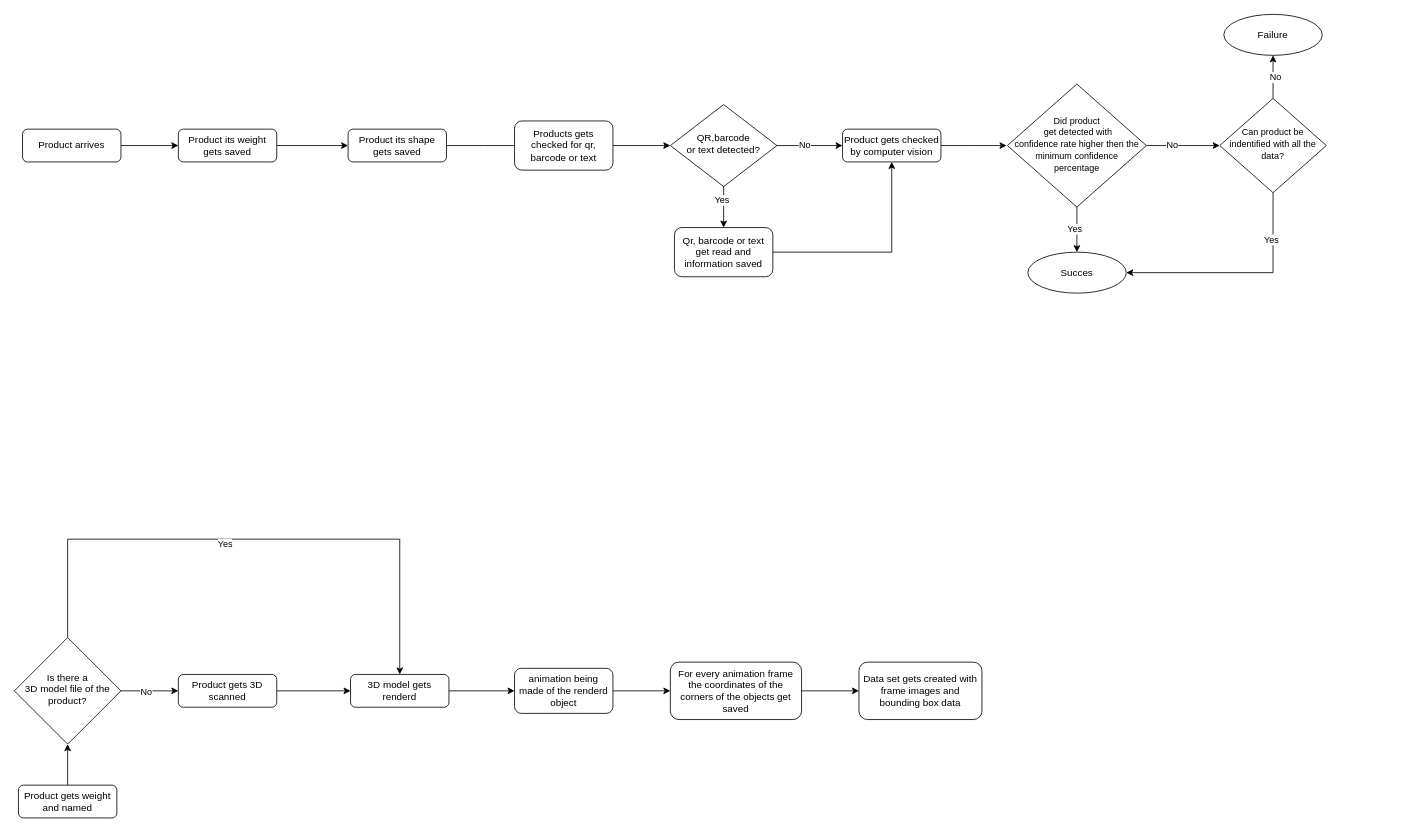
Before: Designs/Flowchart dissambly.drawio in timfontys/Graduation-Intership, a draw.io diagram. Source tidied: cells renumbered, new cells numbered last; positions are measured from the earlier drawing's top-left corner, leaving out a move shared by most shapes. Both pictures are drawn from the tidied source at 82%, with x=0, y=0 at pixel (14, 14).
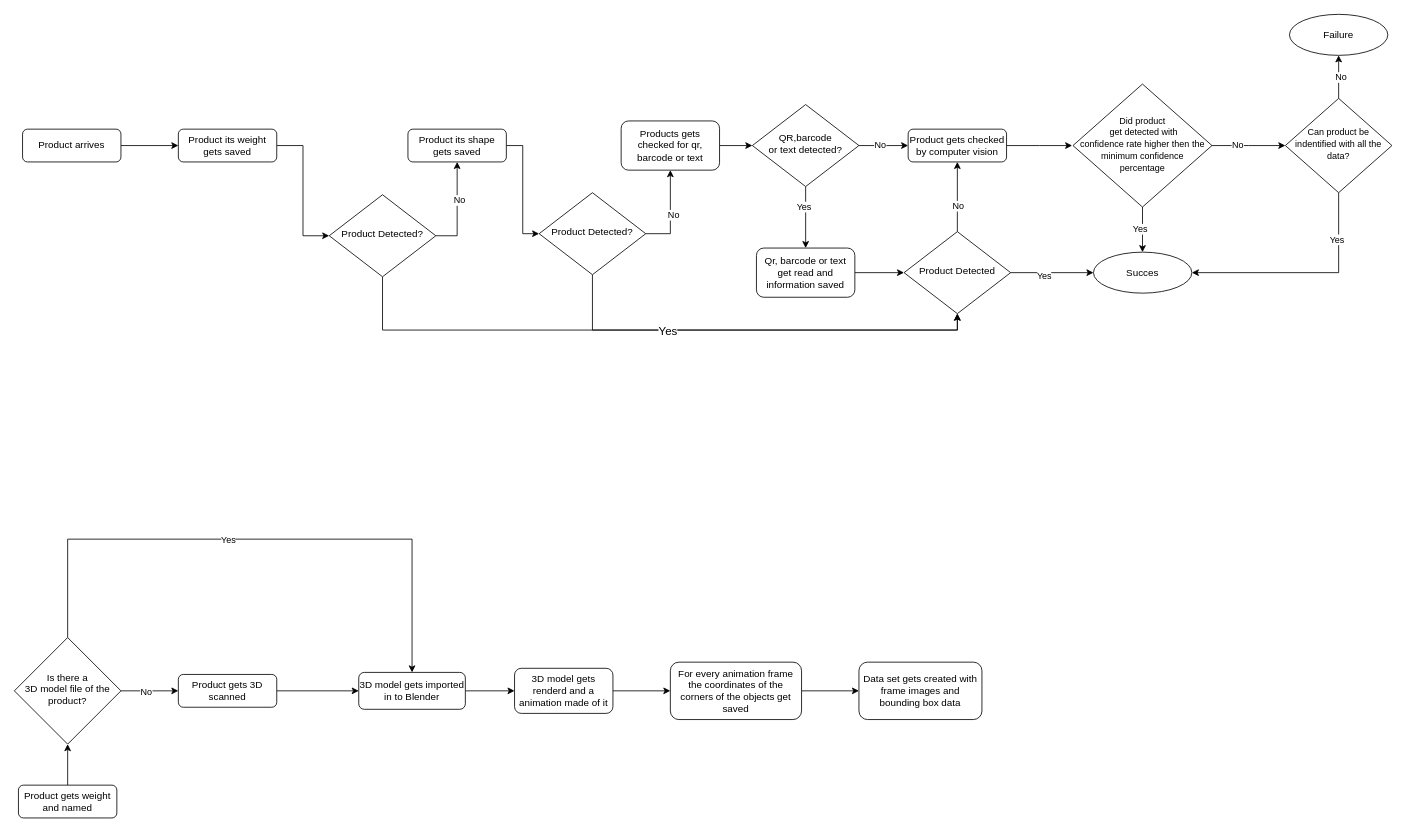
The same page after the edit.

The change refers to these unchanged cells:
```xml
<mxCell id="5" value="Product its weight gets saved" style="rounded=1;whiteSpace=wrap;html=1;fontSize=12;glass=0;strokeWidth=1;shadow=0;" parent="1" vertex="1">
  <mxGeometry x="200" y="140" width="120" height="40" as="geometry" />
</mxCell>
<mxCell id="35" value="Is there a &lt;br&gt;3D model file of the product?" style="rhombus;whiteSpace=wrap;html=1;shadow=0;fontFamily=Helvetica;fontSize=12;align=center;strokeWidth=1;spacing=6;spacingTop=-4;" parent="1" vertex="1">
  <mxGeometry y="760" width="130" height="130" as="geometry" />
</mxCell>
```

What changed in the source:
```diff
@@
-    <mxCell id="4" style="edgeStyle=orthogonalEdgeStyle;rounded=0;jettySize=auto;html=1;entryX=0;entryY=0.5;entryDx=0;entryDy=0;" parent="1" edge="1" source="5" target="7">
-      <mxGeometry relative="1" as="geometry" />
-    </mxCell>
+    <mxCell id="47" style="edgeStyle=orthogonalEdgeStyle;rounded=0;jettySize=auto;html=1;entryX=0;entryY=0.5;entryDx=0;entryDy=0;" parent="1" edge="1" source="5" target="52">
+      <mxGeometry relative="1" as="geometry" />
+    </mxCell>
@@
-    <mxCell id="6" style="edgeStyle=orthogonalEdgeStyle;rounded=0;jettySize=auto;html=1;" parent="1" edge="1" source="7">
-      <mxGeometry relative="1" as="geometry">
-        <mxPoint x="620" y="160" as="targetPoint" />
-      </mxGeometry>
-    </mxCell>
+    <mxCell id="48" style="edgeStyle=orthogonalEdgeStyle;rounded=0;jettySize=auto;html=1;entryX=0;entryY=0.5;entryDx=0;entryDy=0;" parent="1" edge="1" source="7" target="62">
+      <mxGeometry relative="1" as="geometry" />
+    </mxCell>
     <mxCell id="7" value="Product its shape gets saved" style="rounded=1;whiteSpace=wrap;html=1;fontSize=12;glass=0;strokeWidth=1;shadow=0;" parent="1" vertex="1">
-      <mxGeometry x="407" y="140" width="120" height="40" as="geometry" />
+      <mxGeometry x="480" y="140" width="120" height="40" as="geometry" />
     </mxCell>
@@
     <mxCell id="9" value="Products gets checked for qr, barcode or text" style="rounded=1;whiteSpace=wrap;html=1;fontSize=12;glass=0;strokeWidth=1;shadow=0;" parent="1" vertex="1">
-      <mxGeometry x="610" y="130" width="120" height="60" as="geometry" />
+      <mxGeometry x="740" y="130" width="120" height="60" as="geometry" />
     </mxCell>
-    <mxCell id="10" style="edgeStyle=orthogonalEdgeStyle;rounded=0;jettySize=auto;html=1;" parent="1" edge="1" source="14">
-      <mxGeometry relative="1" as="geometry">
-        <mxPoint x="865" y="260" as="targetPoint" />
-      </mxGeometry>
+    <mxCell id="10" style="edgeStyle=orthogonalEdgeStyle;rounded=0;jettySize=auto;html=1;entryX=0.5;entryY=0;entryDx=0;entryDy=0;" parent="1" edge="1" source="14" target="16">
+      <mxGeometry relative="1" as="geometry" />
     </mxCell>
@@
     <mxCell id="14" value="QR,barcode &lt;br&gt;or text detected?" style="rhombus;whiteSpace=wrap;html=1;shadow=0;fontFamily=Helvetica;fontSize=12;align=center;strokeWidth=1;spacing=6;spacingTop=-4;" parent="1" vertex="1">
-      <mxGeometry x="800" y="110" width="130" height="100" as="geometry" />
+      <mxGeometry x="900" y="110" width="130" height="100" as="geometry" />
     </mxCell>
-    <mxCell id="15" style="edgeStyle=orthogonalEdgeStyle;rounded=0;jettySize=auto;html=1;entryX=0.5;entryY=1;entryDx=0;entryDy=0;" parent="1" edge="1" source="16" target="18">
+    <mxCell id="15" style="edgeStyle=orthogonalEdgeStyle;rounded=0;jettySize=auto;html=1;entryX=0;entryY=0.5;entryDx=0;entryDy=0;" parent="1" edge="1" source="16" target="57">
       <mxGeometry relative="1" as="geometry" />
     </mxCell>
     <mxCell id="16" value="Qr, barcode or text get read and information saved" style="rounded=1;whiteSpace=wrap;html=1;fontSize=12;glass=0;strokeWidth=1;shadow=0;" parent="1" vertex="1">
-      <mxGeometry x="805" y="260" width="120" height="60" as="geometry" />
+      <mxGeometry x="905" y="285" width="120" height="60" as="geometry" />
     </mxCell>
     <mxCell id="17" style="edgeStyle=orthogonalEdgeStyle;rounded=0;jettySize=auto;html=1;" parent="1" edge="1" source="18">
       <mxGeometry relative="1" as="geometry">
-        <mxPoint x="1210" y="160" as="targetPoint" />
+        <mxPoint x="1290" y="160" as="targetPoint" />
       </mxGeometry>
     </mxCell>
     <mxCell id="18" value="Product gets checked by computer vision" style="rounded=1;whiteSpace=wrap;html=1;fontSize=12;glass=0;strokeWidth=1;shadow=0;" parent="1" vertex="1">
-      <mxGeometry x="1010" y="140" width="120" height="40" as="geometry" />
+      <mxGeometry x="1090" y="140" width="120" height="40" as="geometry" />
     </mxCell>
     <mxCell id="19" style="edgeStyle=orthogonalEdgeStyle;rounded=0;jettySize=auto;html=1;" parent="1" edge="1" source="23">
       <mxGeometry relative="1" as="geometry">
-        <mxPoint x="1295.8" y="290" as="targetPoint" />
+        <mxPoint x="1375.8" y="290" as="targetPoint" />
       </mxGeometry>
     </mxCell>
@@
     <mxCell id="21" style="edgeStyle=orthogonalEdgeStyle;rounded=0;jettySize=auto;html=1;" parent="1" edge="1" source="23">
       <mxGeometry relative="1" as="geometry">
-        <mxPoint x="1470" y="160" as="targetPoint" />
+        <mxPoint x="1550" y="160" as="targetPoint" />
       </mxGeometry>
     </mxCell>
@@
     <mxCell id="23" value="&lt;font style=&quot;font-size: 11px;&quot;&gt;Did product&lt;br&gt;&amp;nbsp;get detected with &lt;br&gt;confidence rate higher then the &lt;br&gt;minimum confidence &lt;br&gt;percentage&lt;/font&gt;" style="rhombus;whiteSpace=wrap;html=1;shadow=0;fontFamily=Helvetica;fontSize=12;align=center;strokeWidth=1;spacing=6;spacingTop=-4;" parent="1" vertex="1">
-      <mxGeometry x="1211" y="85" width="169.5" height="150" as="geometry" />
+      <mxGeometry x="1291" y="85" width="169.5" height="150" as="geometry" />
     </mxCell>
     <mxCell id="24" value="Succes" style="ellipse;whiteSpace=wrap;html=1;" parent="1" vertex="1">
-      <mxGeometry x="1236" y="290" width="120" height="50" as="geometry" />
+      <mxGeometry x="1316" y="290" width="120" height="50" as="geometry" />
     </mxCell>
     <mxCell id="25" value="Failure" style="ellipse;whiteSpace=wrap;html=1;" parent="1" vertex="1">
-      <mxGeometry x="1475" width="120" height="50" as="geometry" />
+      <mxGeometry x="1555" width="120" height="50" as="geometry" />
     </mxCell>
     <mxCell id="26" style="edgeStyle=orthogonalEdgeStyle;rounded=0;jettySize=auto;html=1;entryX=1;entryY=0.5;entryDx=0;entryDy=0;" parent="1" edge="1" source="30" target="24">
       <mxGeometry relative="1" as="geometry">
         <Array as="points">
-          <mxPoint x="1535" y="315" />
+          <mxPoint x="1615" y="315" />
         </Array>
       </mxGeometry>
     </mxCell>
@@
     <mxCell id="28" style="edgeStyle=orthogonalEdgeStyle;rounded=0;jettySize=auto;html=1;" parent="1" edge="1" source="30">
       <mxGeometry relative="1" as="geometry">
-        <mxPoint x="1535" y="50" as="targetPoint" />
+        <mxPoint x="1615" y="50" as="targetPoint" />
       </mxGeometry>
     </mxCell>
@@
     <mxCell id="30" value="&lt;span style=&quot;font-size: 11px;&quot;&gt;Can product be indentified with all the data?&lt;/span&gt;" style="rhombus;whiteSpace=wrap;html=1;shadow=0;fontFamily=Helvetica;fontSize=12;align=center;strokeWidth=1;spacing=6;spacingTop=-4;" parent="1" vertex="1">
-      <mxGeometry x="1470" y="102.5" width="130" height="115" as="geometry" />
+      <mxGeometry x="1550" y="102.5" width="130" height="115" as="geometry" />
     </mxCell>
@@
     <mxCell id="33" style="edgeStyle=orthogonalEdgeStyle;rounded=0;jettySize=auto;html=1;entryX=0.5;entryY=0;entryDx=0;entryDy=0;" parent="1" edge="1" source="35" target="39">
       <mxGeometry relative="1" as="geometry">
         <Array as="points">
           <mxPoint x="65" y="640" />
-          <mxPoint x="470" y="640" />
+          <mxPoint x="485" y="640" />
         </Array>
       </mxGeometry>
     </mxCell>
     <mxCell id="34" value="Yes" style="edgeLabel;html=1;align=center;verticalAlign=middle;" parent="33" vertex="1">
-      <mxGeometry x="-0.1" y="-5" relative="1" as="geometry" />
+      <mxGeometry x="-0.1" y="-5" relative="1" as="geometry">
+        <mxPoint x="-1" y="-5" as="offset" />
+      </mxGeometry>
     </mxCell>
@@
-    <mxCell id="39" value="3D model gets renderd" style="rounded=1;whiteSpace=wrap;html=1;fontSize=12;glass=0;strokeWidth=1;shadow=0;" parent="1" vertex="1">
-      <mxGeometry x="410" y="805" width="120" height="40" as="geometry" />
+    <mxCell id="39" value="3D model gets imported in to Blender" style="rounded=1;whiteSpace=wrap;html=1;fontSize=12;glass=0;strokeWidth=1;shadow=0;" parent="1" vertex="1">
+      <mxGeometry x="420" y="802.5" width="130" height="45" as="geometry" />
     </mxCell>
@@
-    <mxCell id="41" value="animation being made of the renderd object" style="rounded=1;whiteSpace=wrap;html=1;fontSize=12;glass=0;strokeWidth=1;shadow=0;" parent="1" vertex="1">
+    <mxCell id="41" value="3D model gets renderd and a animation made of it" style="rounded=1;whiteSpace=wrap;html=1;fontSize=12;glass=0;strokeWidth=1;shadow=0;" parent="1" vertex="1">
       <mxGeometry x="610" y="797.5" width="120" height="55" as="geometry" />
     </mxCell>
@@
+    <mxCell id="49" style="edgeStyle=orthogonalEdgeStyle;rounded=0;jettySize=auto;html=1;entryX=0.5;entryY=1;entryDx=0;entryDy=0;" parent="1" edge="1" source="52" target="7">
+      <mxGeometry relative="1" as="geometry">
+        <Array as="points">
+          <mxPoint x="540" y="270" />
+        </Array>
+      </mxGeometry>
+    </mxCell>
+    <mxCell id="50" value="No" style="edgeLabel;html=1;align=center;verticalAlign=middle;" parent="49" vertex="1">
+      <mxGeometry x="0.2" y="-2" relative="1" as="geometry" />
+    </mxCell>
+    <mxCell id="51" style="edgeStyle=orthogonalEdgeStyle;rounded=0;jettySize=auto;html=1;entryX=0.5;entryY=1;entryDx=0;entryDy=0;" parent="1" edge="1" source="52" target="57">
+      <mxGeometry relative="1" as="geometry">
+        <Array as="points">
+          <mxPoint x="449" y="385" />
+          <mxPoint x="1150" y="385" />
+        </Array>
+      </mxGeometry>
+    </mxCell>
+    <mxCell id="52" value="Product Detected?" style="rhombus;whiteSpace=wrap;html=1;shadow=0;fontFamily=Helvetica;fontSize=12;align=center;strokeWidth=1;spacing=6;spacingTop=-4;" parent="1" vertex="1">
+      <mxGeometry x="384" y="220" width="130" height="100" as="geometry" />
+    </mxCell>
+    <mxCell id="53" style="edgeStyle=orthogonalEdgeStyle;rounded=0;jettySize=auto;html=1;entryX=0.5;entryY=1;entryDx=0;entryDy=0;" parent="1" edge="1" source="57" target="18">
+      <mxGeometry relative="1" as="geometry" />
+    </mxCell>
+    <mxCell id="54" value="No" style="edgeLabel;html=1;align=center;verticalAlign=middle;" parent="53" vertex="1">
+      <mxGeometry x="-0.24" y="1" relative="1" as="geometry">
+        <mxPoint x="1" as="offset" />
+      </mxGeometry>
+    </mxCell>
+    <mxCell id="55" style="edgeStyle=orthogonalEdgeStyle;rounded=0;jettySize=auto;html=1;entryX=0;entryY=0.5;entryDx=0;entryDy=0;" parent="1" edge="1" source="57" target="24">
+      <mxGeometry relative="1" as="geometry" />
+    </mxCell>
+    <mxCell id="56" value="Yes" style="edgeLabel;html=1;align=center;verticalAlign=middle;" parent="55" vertex="1">
+      <mxGeometry x="-0.19" y="-2" relative="1" as="geometry">
+        <mxPoint x="-1" y="1" as="offset" />
+      </mxGeometry>
+    </mxCell>
+    <mxCell id="57" value="Product Detected" style="rhombus;whiteSpace=wrap;html=1;shadow=0;fontFamily=Helvetica;fontSize=12;align=center;strokeWidth=1;spacing=6;spacingTop=-4;" parent="1" vertex="1">
+      <mxGeometry x="1085" y="265" width="130" height="100" as="geometry" />
+    </mxCell>
+    <mxCell id="58" style="edgeStyle=orthogonalEdgeStyle;rounded=0;jettySize=auto;html=1;entryX=0.5;entryY=1;entryDx=0;entryDy=0;" parent="1" edge="1" source="62" target="9">
+      <mxGeometry relative="1" as="geometry">
+        <Array as="points">
+          <mxPoint x="800" y="268" />
+        </Array>
+      </mxGeometry>
+    </mxCell>
+    <mxCell id="59" value="No" style="edgeLabel;html=1;align=center;verticalAlign=middle;" parent="58" vertex="1">
+      <mxGeometry x="-0.02" y="-3" relative="1" as="geometry" />
+    </mxCell>
+    <mxCell id="60" style="edgeStyle=orthogonalEdgeStyle;rounded=0;jettySize=auto;html=1;entryX=0.5;entryY=1;entryDx=0;entryDy=0;" parent="1" edge="1" source="62" target="57">
+      <mxGeometry relative="1" as="geometry">
+        <Array as="points">
+          <mxPoint x="705" y="385" />
+          <mxPoint x="1150" y="385" />
+        </Array>
+      </mxGeometry>
+    </mxCell>
+    <mxCell id="61" value="Yes" style="edgeLabel;html=1;align=center;verticalAlign=middle;fontSize=14;" parent="60" vertex="1">
+      <mxGeometry x="-0.4" relative="1" as="geometry">
+        <mxPoint x="-1" as="offset" />
+      </mxGeometry>
+    </mxCell>
+    <mxCell id="62" value="Product Detected?" style="rhombus;whiteSpace=wrap;html=1;shadow=0;fontFamily=Helvetica;fontSize=12;align=center;strokeWidth=1;spacing=6;spacingTop=-4;" parent="1" vertex="1">
+      <mxGeometry x="640" y="217.5" width="130" height="100" as="geometry" />
+    </mxCell>
```
